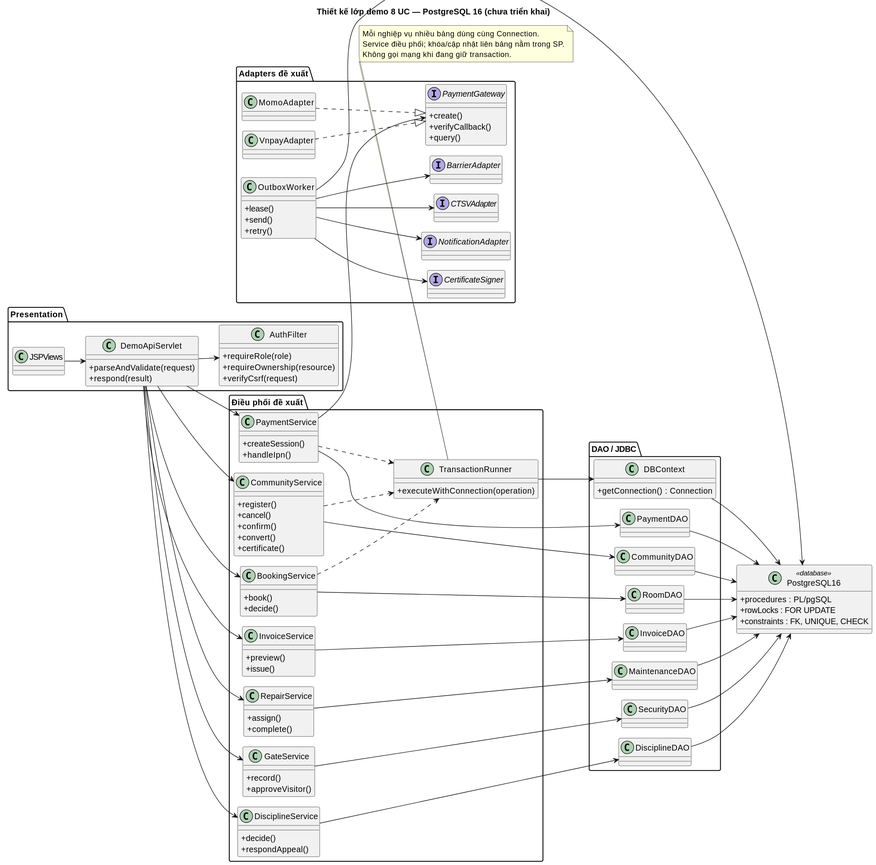
Before: docs/demo/class-diagrams/architecture.svg, a diagram exported from PlantUML (caohoangphucs/hoc-cnpm).
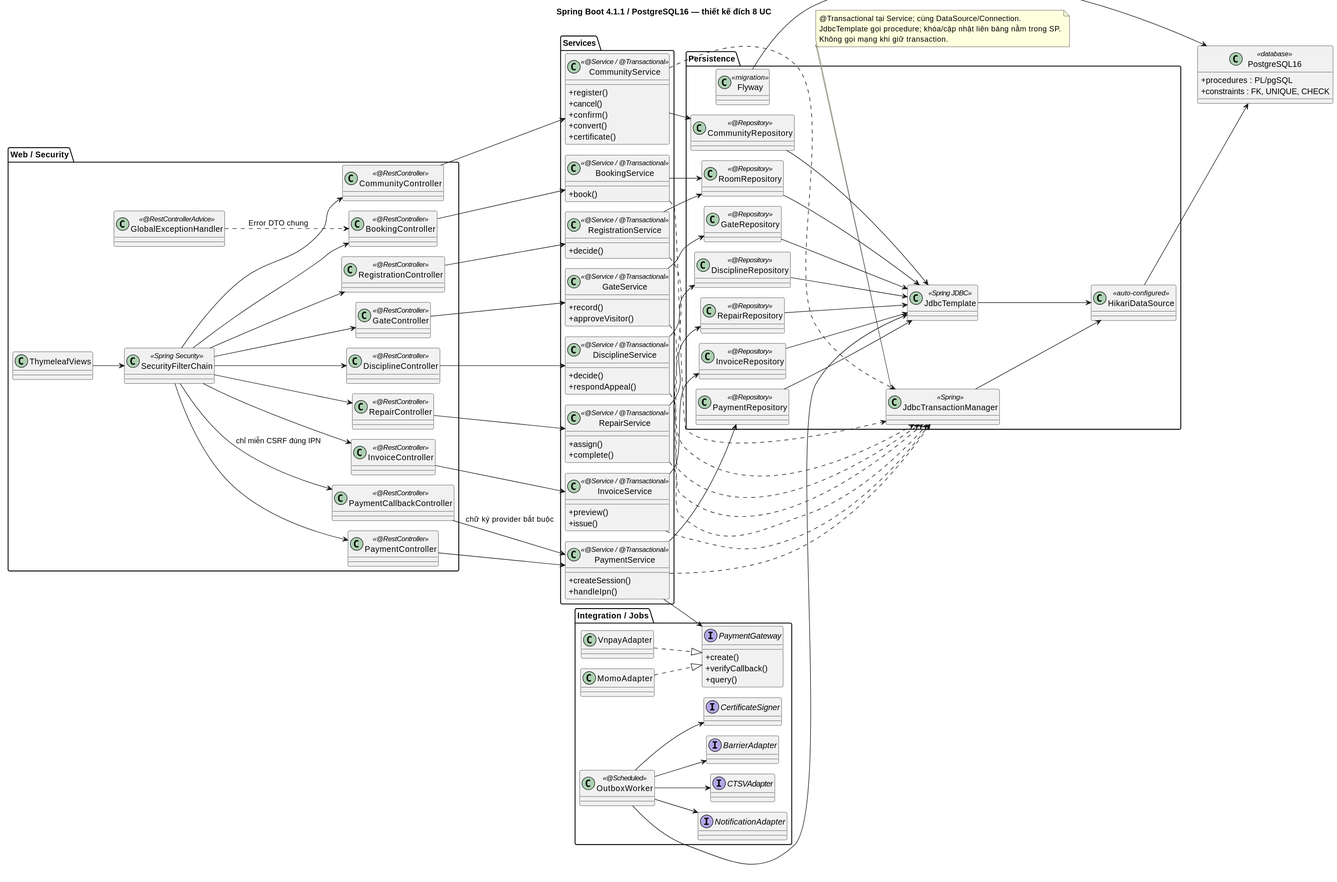
Later version of the same file.

What changed in the source:
```diff
@@ -2,80 +2,78 @@
 !pragma layout smetana
 skinparam classAttributeIconSize 0
 left to right direction
-title Thiết kế lớp demo 8 UC — PostgreSQL 16 (chưa triển khai)
-package "Presentation" {
- class JSPViews
- class AuthFilter {
-  +requireRole(role)
-  +requireOwnership(resource)
-  +verifyCsrf(request)
- }
- class DemoApiServlet {
-  +parseAndValidate(request)
-  +respond(result)
- }
+title Spring Boot 4.1.1 / PostgreSQL16 — thiết kế đích 8 UC
+package "Web / Security" {
+ class ThymeleafViews
+ class SecurityFilterChain <<Spring Security>>
+ class GlobalExceptionHandler <<@RestControllerAdvice>>
+ class BookingController <<@RestController>>
+ class RegistrationController <<@RestController>>
+ class InvoiceController <<@RestController>>
+ class PaymentController <<@RestController>>
+ class RepairController <<@RestController>>
+ class GateController <<@RestController>>
+ class DisciplineController <<@RestController>>
+ class CommunityController <<@RestController>>
+ class PaymentCallbackController <<@RestController>>
 }
-package "Điều phối đề xuất" {
- class BookingService {
+package "Services" {
+ class BookingService <<@Service / @Transactional>> {
  +book()
+}
+ class RegistrationService <<@Service / @Transactional>> {
  +decide()
 }
- class InvoiceService {
+ class InvoiceService <<@Service / @Transactional>> {
  +preview()
  +issue()
 }
- class PaymentService {
+ class PaymentService <<@Service / @Transactional>> {
  +createSession()
  +handleIpn()
 }
- class RepairService {
+ class RepairService <<@Service / @Transactional>> {
  +assign()
  +complete()
 }
- class GateService {
+ class GateService <<@Service / @Transactional>> {
  +record()
  +approveVisitor()
 }
- class DisciplineService {
+ class DisciplineService <<@Service / @Transactional>> {
  +decide()
  +respondAppeal()
 }
- class CommunityService {
+ class CommunityService <<@Service / @Transactional>> {
  +register()
  +cancel()
  +confirm()
  +convert()
  +certificate()
 }
- class TransactionRunner {
- +executeWithConnection(operation)
 }
+package "Persistence" {
+ class RoomRepository <<@Repository>>
+ class InvoiceRepository <<@Repository>>
+ class PaymentRepository <<@Repository>>
+ class RepairRepository <<@Repository>>
+ class GateRepository <<@Repository>>
+ class DisciplineRepository <<@Repository>>
+ class CommunityRepository <<@Repository>>
+ class JdbcTemplate <<Spring JDBC>>
+ class JdbcTransactionManager <<Spring>>
+ class HikariDataSource <<auto-configured>>
+ class Flyway <<migration>>
 }
-package "DAO / JDBC" {
- class RoomDAO
- class InvoiceDAO
- class PaymentDAO
- class MaintenanceDAO
- class SecurityDAO
- class DisciplineDAO
- class CommunityDAO
- class DBContext {
- +getConnection() : Connection
-}
-}
-package "Adapters đề xuất" {
+package "Integration / Jobs" {
  interface PaymentGateway {
- +create()
- +verifyCallback()
- +query()
-}
+  +create()
+  +verifyCallback()
+  +query()
+ }
  class VnpayAdapter
  class MomoAdapter
- class OutboxWorker {
- +lease()
- +send()
- +retry()
-}
+ class OutboxWorker <<@Scheduled>>
  interface NotificationAdapter
  interface CTSVAdapter
  interface BarrierAdapter
@@ -83,48 +81,66 @@
 }
 class PostgreSQL16 <<database>> {
  +procedures : PL/pgSQL
- +rowLocks : FOR UPDATE
  +constraints : FK, UNIQUE, CHECK
 }
-JSPViews --> DemoApiServlet
-DemoApiServlet --> AuthFilter
-DemoApiServlet --> BookingService
-DemoApiServlet --> InvoiceService
-DemoApiServlet --> PaymentService
-DemoApiServlet --> RepairService
-DemoApiServlet --> GateService
-DemoApiServlet --> DisciplineService
-DemoApiServlet --> CommunityService
-BookingService --> RoomDAO
-InvoiceService --> InvoiceDAO
-PaymentService --> PaymentDAO
+ThymeleafViews --> SecurityFilterChain
+SecurityFilterChain --> BookingController
+BookingController --> BookingService
+BookingService --> RoomRepository
+BookingService ..> JdbcTransactionManager
+SecurityFilterChain --> RegistrationController
+RegistrationController --> RegistrationService
+RegistrationService --> RoomRepository
+RegistrationService ..> JdbcTransactionManager
+SecurityFilterChain --> InvoiceController
+InvoiceController --> InvoiceService
+InvoiceService --> InvoiceRepository
+InvoiceService ..> JdbcTransactionManager
+SecurityFilterChain --> PaymentController
+PaymentController --> PaymentService
+PaymentService --> PaymentRepository
+PaymentService ..> JdbcTransactionManager
+SecurityFilterChain --> RepairController
+RepairController --> RepairService
+RepairService --> RepairRepository
+RepairService ..> JdbcTransactionManager
+SecurityFilterChain --> GateController
+GateController --> GateService
+GateService --> GateRepository
+GateService ..> JdbcTransactionManager
+SecurityFilterChain --> DisciplineController
+DisciplineController --> DisciplineService
+DisciplineService --> DisciplineRepository
+DisciplineService ..> JdbcTransactionManager
+SecurityFilterChain --> CommunityController
+CommunityController --> CommunityService
+CommunityService --> CommunityRepository
+CommunityService ..> JdbcTransactionManager
+RoomRepository --> JdbcTemplate
+InvoiceRepository --> JdbcTemplate
+PaymentRepository --> JdbcTemplate
+RepairRepository --> JdbcTemplate
+GateRepository --> JdbcTemplate
+DisciplineRepository --> JdbcTemplate
+CommunityRepository --> JdbcTemplate
+SecurityFilterChain --> PaymentCallbackController : chỉ miễn CSRF đúng IPN
+PaymentCallbackController --> PaymentService : chữ ký provider bắt buộc
 PaymentService --> PaymentGateway
-RepairService --> MaintenanceDAO
-GateService --> SecurityDAO
-DisciplineService --> DisciplineDAO
-CommunityService --> CommunityDAO
-BookingService ..> TransactionRunner
-PaymentService ..> TransactionRunner
-CommunityService ..> TransactionRunner
-TransactionRunner --> DBContext
-DBContext --> PostgreSQL16
-RoomDAO --> PostgreSQL16
-InvoiceDAO --> PostgreSQL16
-PaymentDAO --> PostgreSQL16
-MaintenanceDAO --> PostgreSQL16
-SecurityDAO --> PostgreSQL16
-DisciplineDAO --> PostgreSQL16
-CommunityDAO --> PostgreSQL16
 VnpayAdapter ..|> PaymentGateway
 MomoAdapter ..|> PaymentGateway
-OutboxWorker --> PostgreSQL16
+JdbcTemplate --> HikariDataSource
+JdbcTransactionManager --> HikariDataSource
+HikariDataSource --> PostgreSQL16
+Flyway --> PostgreSQL16
+OutboxWorker --> JdbcTemplate
 OutboxWorker --> NotificationAdapter
 OutboxWorker --> CTSVAdapter
 OutboxWorker --> BarrierAdapter
 OutboxWorker --> CertificateSigner
-note bottom of TransactionRunner
- Mỗi nghiệp vụ nhiều bảng dùng cùng Connection.
- Service điều phối; khóa/cập nhật liên bảng nằm trong SP.
- Không gọi mạng khi đang giữ transaction.
+GlobalExceptionHandler ..> BookingController : Error DTO chung
+note bottom of JdbcTransactionManager
+ @Transactional tại Service; cùng DataSource/Connection.
+ JdbcTemplate gọi procedure; khóa/cập nhật liên bảng nằm trong SP.
+ Không gọi mạng khi giữ transaction.
 end note
 @enduml
```
